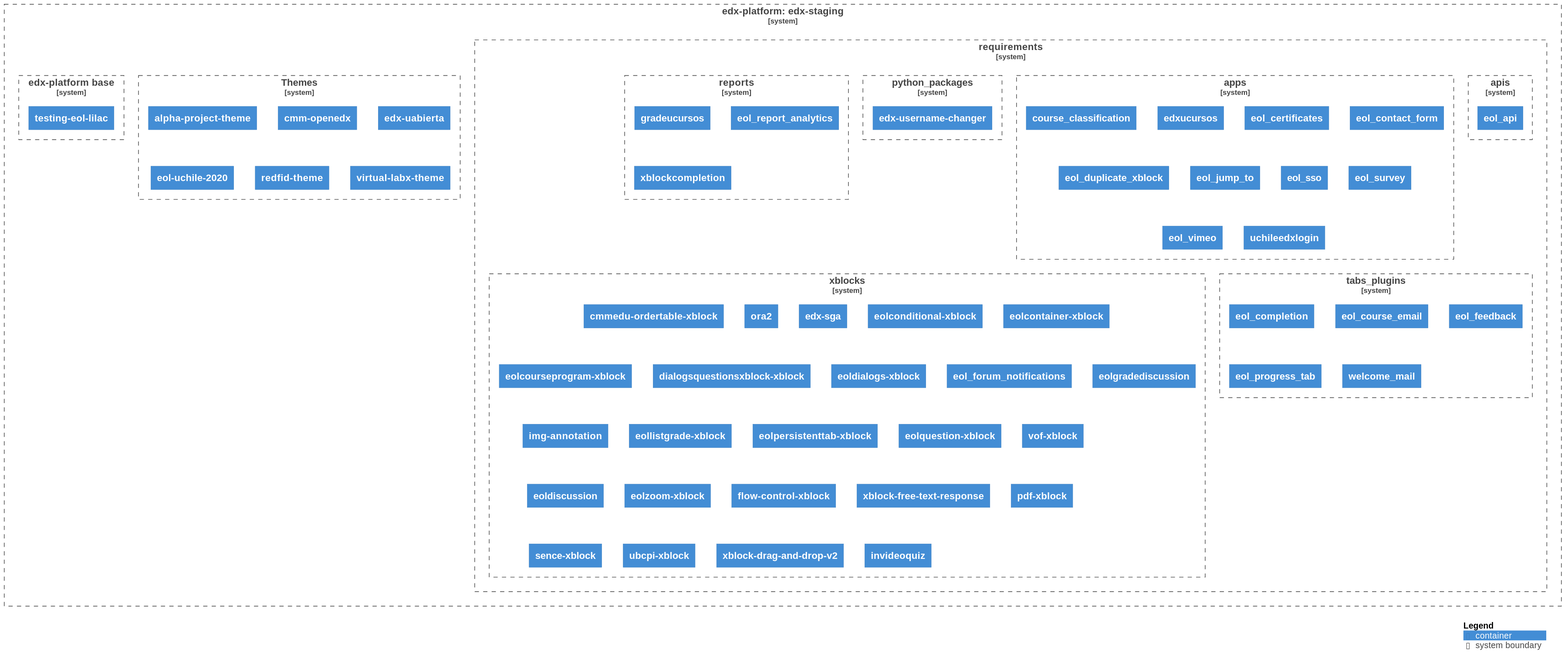
Before: diagrams/diagram.svg, a diagram exported from PlantUML (eol-uchile/edx-staging).
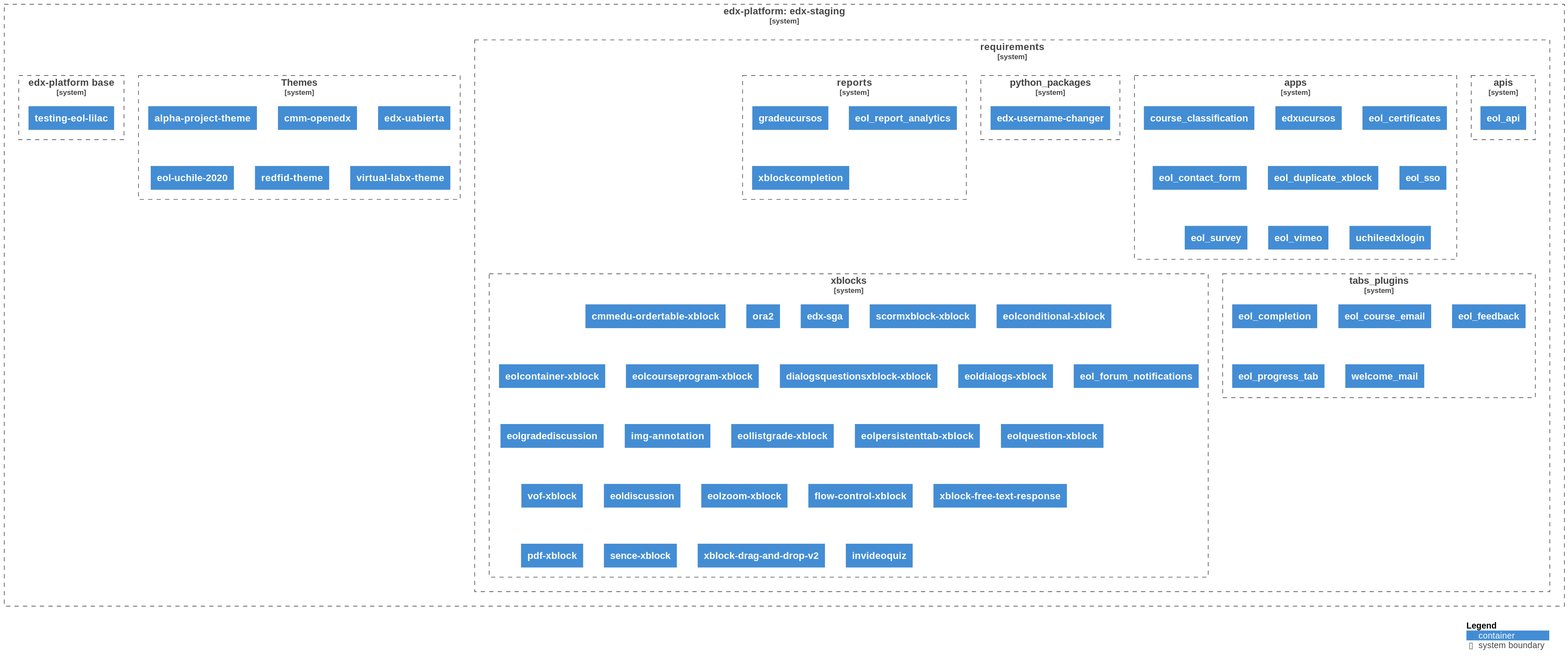
Later version of the same file.

Commit message:
chore: Auto-generate UML diagram

Change to the diagram source:
```diff
@@ -15,7 +15,7 @@
 
             System_Boundary(apps, "apps", $link="https://github.com/eol-uchile/edx-staging/blob/eol-release/lilac/requirements/apps.txt") {
 
-                Container(apps1, "course_classification", $link="https://github.com/eol-uchile/course_classification/releases/tag/1.6.0")
+                Container(apps1, "course_classification", $link="https://github.com/eol-uchile/course_classification/releases/tag/1.6.1+l")
 
                 Container(apps2, "edxucursos", $link="https://github.com/eol-uchile/edx-ucursos/releases/tag/3.1.0+l")
 
@@ -25,15 +25,13 @@
 
                 Container(apps5, "eol_duplicate_xblock", $link="https://github.com/eol-uchile/eol_duplicate_xblock/releases/tag/1.0.0+l")
 
-                Container(apps6, "eol_jump_to", $link="https://github.com/eol-uchile/eol_jump_to/releases/tag/0.0.1")
+                Container(apps6, "eol_sso", $link="https://github.com/eol-uchile/eol_sso/releases/tag/1.4.1-dev5")
 
-                Container(apps7, "eol_sso", $link="https://github.com/eol-uchile/eol_sso/releases/tag/1.4.1-dev5")
+                Container(apps7, "eol_survey", $link="https://github.com/eol-uchile/eol_survey/releases/tag/3.2.1+l")
 
-                Container(apps8, "eol_survey", $link="https://github.com/eol-uchile/eol_survey/releases/tag/3.2.1+l")
+                Container(apps8, "eol_vimeo", $link="https://github.com/eol-uchile/eol_vimeo/releases/tag/2.0.0+dev5")
 
-                Container(apps9, "eol_vimeo", $link="https://github.com/eol-uchile/eol_vimeo/releases/tag/2.0.0+dev5")
-
-                Container(apps10, "uchileedxlogin", $link="https://github.com/eol-uchile/uchileedxlogin/releases/tag/2.0.1")
+                Container(apps9, "uchileedxlogin", $link="https://github.com/eol-uchile/uchileedxlogin/releases/tag/2.0.2+l")
 
             }
 
@@ -55,7 +53,7 @@
 
             System_Boundary(tabs_plugins, "tabs_plugins", $link="https://github.com/eol-uchile/edx-staging/blob/eol-release/lilac/requirements/tabs_plugins.txt") {
 
-                Container(tabs_plugins1, "eol_completion", $link="https://github.com/eol-uchile/eol_completion/releases/tag/2.1.0+dev")
+                Container(tabs_plugins1, "eol_completion", $link="https://github.com/eol-uchile/eol_completion/releases/tag/2.1.1+l")
 
                 Container(tabs_plugins2, "eol_course_email", $link="https://github.com/eol-uchile/eol_course_email/releases/tag/0.0.1+l")
 
@@ -75,43 +73,43 @@
 
                 Container(xblocks3, "edx-sga", $link="https://github.com/eol-uchile/edx-sga/releases/tag/0.10.0+eol3.1.2")
 
-                Container(xblocks4, "eolconditional-xblock", $link="https://github.com/eol-uchile/eol-conditional-xblock/releases/tag/1.0.0+l")
+                Container(xblocks4, "scormxblock-xblock", $link="https://github.com/eol-uchile/edx_xblock_scorm/releases/tag/0.5.1+l")
 
-                Container(xblocks5, "eolcontainer-xblock", $link="https://github.com/eol-uchile/eol-container-xblock/releases/tag/v1.1.0")
+                Container(xblocks5, "eolconditional-xblock", $link="https://github.com/eol-uchile/eol-conditional-xblock/releases/tag/1.0.0+l")
 
-                Container(xblocks6, "eolcourseprogram-xblock", $link="https://github.com/eol-uchile/eol-course-program-xblock/releases/tag/0.2.0+l")
+                Container(xblocks6, "eolcontainer-xblock", $link="https://github.com/eol-uchile/eol-container-xblock/releases/tag/v1.2.0+l")
 
-                Container(xblocks7, "dialogsquestionsxblock-xblock", $link="https://github.com/eol-uchile/eol-dialogs-question-xblock/releases/tag/v1.0.0")
+                Container(xblocks7, "eolcourseprogram-xblock", $link="https://github.com/eol-uchile/eol-course-program-xblock/releases/tag/0.2.0+l")
 
-                Container(xblocks8, "eoldialogs-xblock", $link="https://github.com/eol-uchile/eol-dialogs-xblock/releases/tag/1.0.0+l")
+                Container(xblocks8, "dialogsquestionsxblock-xblock", $link="https://github.com/eol-uchile/eol-dialogs-question-xblock/releases/tag/v1.1.0+l")
 
-                Container(xblocks9, "eol_forum_notifications", $link="https://github.com/eol-uchile/eol_forum_notifications/releases/tag/1.0.4+l")
+                Container(xblocks9, "eoldialogs-xblock", $link="https://github.com/eol-uchile/eol-dialogs-xblock/releases/tag/1.0.0+l")
 
-                Container(xblocks10, "eolgradediscussion", $link="https://github.com/eol-uchile/eol_gradeforum_xblock/releases/tag/1.0.0+l")
+                Container(xblocks10, "eol_forum_notifications", $link="https://github.com/eol-uchile/eol_forum_notifications/releases/tag/1.0.4+l")
 
-                Container(xblocks11, "img-annotation", $link="https://github.com/eol-uchile/eol_img_annotation/releases/tag/1.0.1+l")
+                Container(xblocks11, "eolgradediscussion", $link="https://github.com/eol-uchile/eol_gradeforum_xblock/releases/tag/1.0.0+l")
 
-                Container(xblocks12, "eollistgrade-xblock", $link="https://github.com/eol-uchile/eol_list_grade/releases/tag/1.0.0+l")
+                Container(xblocks12, "img-annotation", $link="https://github.com/eol-uchile/eol_img_annotation/releases/tag/1.0.1+l")
 
-                Container(xblocks13, "eolpersistenttab-xblock", $link="https://github.com/eol-uchile/eol-persistent-tab-xblock/releases/tag/1.0.0+l")
+                Container(xblocks13, "eollistgrade-xblock", $link="https://github.com/eol-uchile/eol_list_grade/releases/tag/1.0.0+l")
 
-                Container(xblocks14, "eolquestion-xblock", $link="https://github.com/eol-uchile/eol-question-xblock/releases/tag/v1.0.0+l")
+                Container(xblocks14, "eolpersistenttab-xblock", $link="https://github.com/eol-uchile/eol-persistent-tab-xblock/releases/tag/1.0.0+l")
 
-                Container(xblocks15, "vof-xblock", $link="https://github.com/eol-uchile/eol-vof-xblock/releases/tag/v1.0.1+l")
+                Container(xblocks15, "eolquestion-xblock", $link="https://github.com/eol-uchile/eol-question-xblock/releases/tag/v1.0.0+l")
 
-                Container(xblocks16, "eoldiscussion", $link="https://github.com/eol-uchile/eol_xblock_discussion/releases/tag/2.0.0+l")
+                Container(xblocks16, "vof-xblock", $link="https://github.com/eol-uchile/eol-vof-xblock/releases/tag/v1.0.1+l")
 
-                Container(xblocks17, "eolzoom-xblock", $link="https://github.com/eol-uchile/eol-zoom-xblock/releases/tag/1.1.2+l")
+                Container(xblocks17, "eoldiscussion", $link="https://github.com/eol-uchile/eol_xblock_discussion/releases/tag/2.0.0+l")
 
-                Container(xblocks18, "flow-control-xblock", $link="https://github.com/eduNEXT/flow-control-xblock/releases/tag/v1.0.1")
+                Container(xblocks18, "eolzoom-xblock", $link="https://github.com/eol-uchile/eol-zoom-xblock/releases/tag/1.1.2+l")
 
-                Container(xblocks19, "xblock-free-text-response", $link="https://github.com/eol-uchile/free-text-response/releases/tag/0.4.1+l")
+                Container(xblocks19, "flow-control-xblock", $link="https://github.com/eduNEXT/flow-control-xblock/releases/tag/v1.0.1")
 
-                Container(xblocks20, "pdf-xblock", $link="https://github.com/eol-uchile/pdfXBlock/releases/tag/v0.5.1+l")
+                Container(xblocks20, "xblock-free-text-response", $link="https://github.com/eol-uchile/free-text-response/releases/tag/0.4.1+l")
 
-                Container(xblocks21, "sence-xblock", $link="https://github.com/eol-uchile/sence-xblock/releases/tag/2.0.0+l")
+                Container(xblocks21, "pdf-xblock", $link="https://github.com/eol-uchile/pdfXBlock/releases/tag/v0.5.1+l")
 
-                Container(xblocks22, "ubcpi-xblock", $link="https://github.com/eol-uchile/ubcpi/releases/tag/1.0.0")
+                Container(xblocks22, "sence-xblock", $link="https://github.com/eol-uchile/sence-xblock/releases/tag/2.0.0+l")
 
                 Container(xblocks23, "xblock-drag-and-drop-v2", $link="https://github.com/openedx/xblock-drag-and-drop-v2/releases/tag/v3.0.0")
 
```
